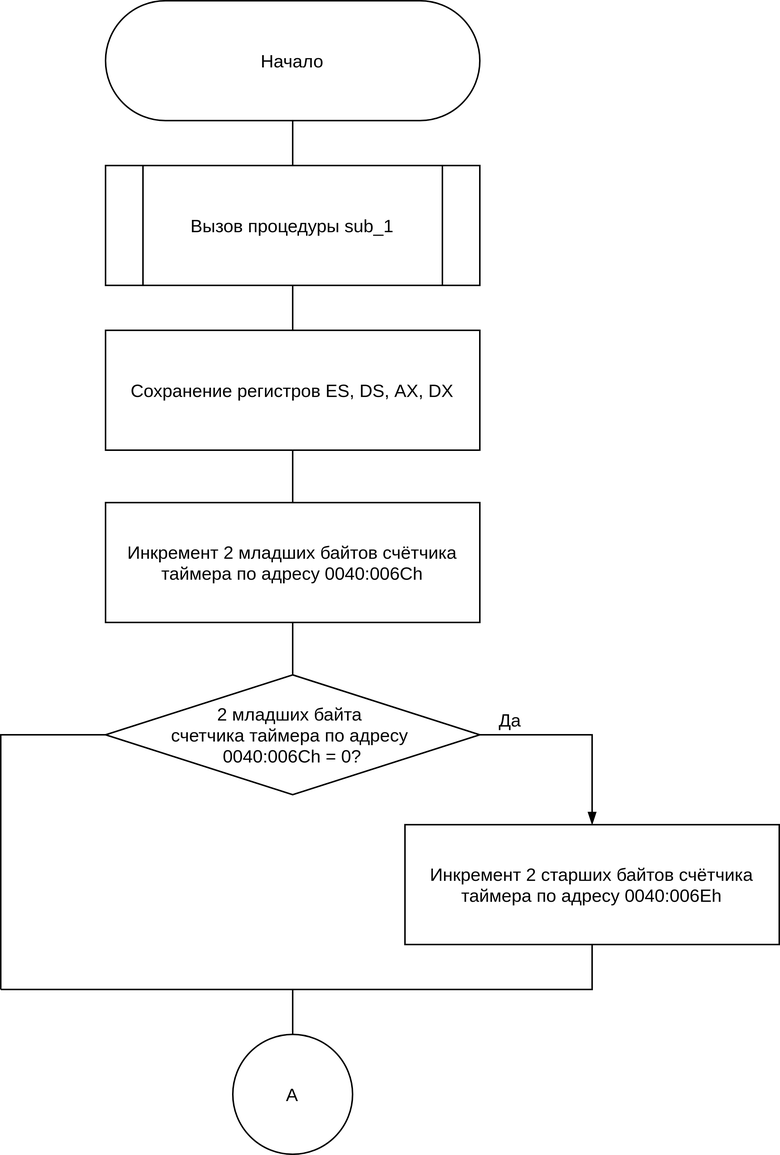
Before: lab_01/report/assets/int8h_1.png, a diagram exported from draw.io (Justarone/bmstu-os). Source tidied: cells renumbered, new cells last; positions are measured from the earlier drawing's top-left corner, leaving out a move shared by most shapes. The source it was exported from:
```xml
<mxGraphModel>
  <root>
    <mxCell id="0" />
    <mxCell id="1" parent="0" />
    <mxCell id="2" style="edgeStyle=orthogonalEdgeStyle;rounded=0;jettySize=auto;html=1;exitX=0.5;exitY=1;exitDx=0;exitDy=0;endArrow=none;endFill=0;" parent="1" edge="1" source="3" target="5">
      <mxGeometry relative="1" as="geometry" />
    </mxCell>
    <mxCell id="3" value="Начало" style="rounded=1;whiteSpace=wrap;html=1;arcSize=50;" parent="1" vertex="1">
      <mxGeometry x="70" width="250" height="80" as="geometry" />
    </mxCell>
    <mxCell id="4" style="edgeStyle=orthogonalEdgeStyle;rounded=0;jettySize=auto;html=1;exitX=0.5;exitY=1;exitDx=0;exitDy=0;endArrow=none;endFill=0;" parent="1" edge="1" source="5" target="7">
      <mxGeometry relative="1" as="geometry" />
    </mxCell>
    <mxCell id="5" value="Вызов процедуры sub_1" style="shape=process;whiteSpace=wrap;html=1;backgroundOutline=1;" parent="1" vertex="1">
      <mxGeometry x="70" y="110" width="250" height="80" as="geometry" />
    </mxCell>
    <mxCell id="6" style="edgeStyle=orthogonalEdgeStyle;rounded=0;jettySize=auto;html=1;exitX=0.5;exitY=1;exitDx=0;exitDy=0;endArrow=none;endFill=0;" parent="1" edge="1" source="7" target="9">
      <mxGeometry relative="1" as="geometry" />
    </mxCell>
    <mxCell id="7" value="Сохранение регистров ES, DS, AX, DX" style="rounded=0;whiteSpace=wrap;html=1;" parent="1" vertex="1">
      <mxGeometry x="70" y="220" width="250" height="80" as="geometry" />
    </mxCell>
    <mxCell id="8" style="edgeStyle=orthogonalEdgeStyle;rounded=0;jettySize=auto;html=1;exitX=0.5;exitY=1;exitDx=0;exitDy=0;endArrow=none;endFill=0;" parent="1" edge="1" source="9" target="12">
      <mxGeometry relative="1" as="geometry" />
    </mxCell>
    <mxCell id="9" value="Инкремент 2 младших байтов счётчика таймера по адресу 0040:006Сh" style="rounded=0;whiteSpace=wrap;html=1;" parent="1" vertex="1">
      <mxGeometry x="70" y="335" width="250" height="80" as="geometry" />
    </mxCell>
    <mxCell id="10" style="edgeStyle=orthogonalEdgeStyle;rounded=0;jettySize=auto;html=1;exitX=1;exitY=0.5;exitDx=0;exitDy=0;endArrow=blockThin;endFill=1;" parent="1" edge="1" source="12" target="14">
      <mxGeometry relative="1" as="geometry" />
    </mxCell>
    <mxCell id="11" style="edgeStyle=orthogonalEdgeStyle;rounded=0;jettySize=auto;html=1;exitX=0;exitY=0.5;exitDx=0;exitDy=0;endArrow=none;endFill=0;" parent="1" edge="1" source="12">
      <mxGeometry relative="1" as="geometry">
        <mxPoint y="660" as="targetPoint" />
      </mxGeometry>
    </mxCell>
    <mxCell id="12" value="2 младших байта &lt;br&gt;счетчика таймера по адресу &lt;br&gt;0040:006Ch = 0?" style="rhombus;whiteSpace=wrap;html=1;" parent="1" vertex="1">
      <mxGeometry x="70" y="450" width="250" height="80" as="geometry" />
    </mxCell>
    <mxCell id="13" style="edgeStyle=orthogonalEdgeStyle;rounded=0;jettySize=auto;html=1;exitX=0.5;exitY=1;exitDx=0;exitDy=0;endArrow=none;endFill=0;" parent="1" edge="1" source="14">
      <mxGeometry relative="1" as="geometry">
        <mxPoint y="660" as="targetPoint" />
        <Array as="points">
          <mxPoint x="395" y="660" />
          <mxPoint y="660" />
        </Array>
      </mxGeometry>
    </mxCell>
    <mxCell id="14" value="Инкремент 2 старших байтов счётчика таймера по адресу 0040:006Еh" style="rounded=0;whiteSpace=wrap;html=1;" parent="1" vertex="1">
      <mxGeometry x="270" y="550" width="250" height="80" as="geometry" />
    </mxCell>
    <mxCell id="15" value="Да" style="text;html=1;align=center;verticalAlign=middle;" parent="1" vertex="1">
      <mxGeometry x="325" y="470" width="30" height="20" as="geometry" />
    </mxCell>
    <mxCell id="16" style="edgeStyle=orthogonalEdgeStyle;rounded=0;orthogonalLoop=1;jettySize=auto;html=1;exitX=0.5;exitY=0;exitDx=0;exitDy=0;endArrow=none;endFill=0;" parent="1" edge="1">
      <mxGeometry relative="1" as="geometry">
        <mxPoint x="195" y="690" as="sourcePoint" />
        <mxPoint x="195" y="660" as="targetPoint" />
      </mxGeometry>
    </mxCell>
    <mxCell id="17" value="A" style="ellipse;whiteSpace=wrap;html=1;" parent="1" vertex="1">
      <mxGeometry x="155" y="690" width="80" height="80" as="geometry" />
    </mxCell>
  </root>
</mxGraphModel>
```
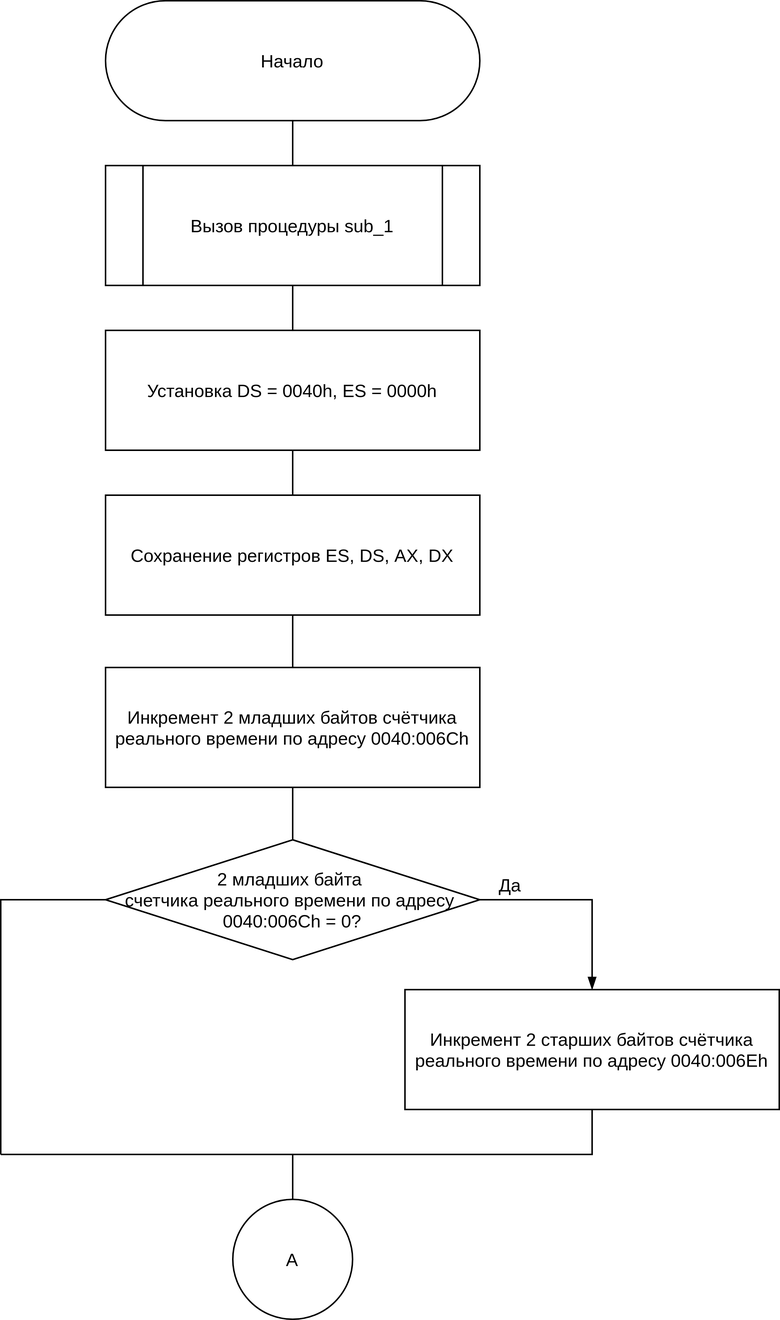
The same file after the commit.

The edit, as a diff of the source:
```diff
@@ -6,13 +6,13 @@
       <mxGeometry relative="1" as="geometry" />
     </mxCell>
     <mxCell id="3" value="Начало" style="rounded=1;whiteSpace=wrap;html=1;arcSize=50;" parent="1" vertex="1">
-      <mxGeometry x="70" width="250" height="80" as="geometry" />
+      <mxGeometry x="70" y="-110" width="250" height="80" as="geometry" />
     </mxCell>
-    <mxCell id="4" style="edgeStyle=orthogonalEdgeStyle;rounded=0;jettySize=auto;html=1;exitX=0.5;exitY=1;exitDx=0;exitDy=0;endArrow=none;endFill=0;" parent="1" edge="1" source="5" target="7">
-      <mxGeometry relative="1" as="geometry" />
-    </mxCell>
+    <mxCell id="18" style="edgeStyle=orthogonalEdgeStyle;rounded=0;jettySize=auto;html=1;exitX=0.5;exitY=1;exitDx=0;exitDy=0;endArrow=none;endFill=0;" parent="1" edge="1" source="5" target="20">
+      <mxGeometry relative="1" as="geometry" />
+    </mxCell>
     <mxCell id="5" value="Вызов процедуры sub_1" style="shape=process;whiteSpace=wrap;html=1;backgroundOutline=1;" parent="1" vertex="1">
-      <mxGeometry x="70" y="110" width="250" height="80" as="geometry" />
+      <mxGeometry x="70" width="250" height="80" as="geometry" />
     </mxCell>
     <mxCell id="6" style="edgeStyle=orthogonalEdgeStyle;rounded=0;jettySize=auto;html=1;exitX=0.5;exitY=1;exitDx=0;exitDy=0;endArrow=none;endFill=0;" parent="1" edge="1" source="7" target="9">
       <mxGeometry relative="1" as="geometry" />
@@ -23,7 +23,7 @@
     <mxCell id="8" style="edgeStyle=orthogonalEdgeStyle;rounded=0;jettySize=auto;html=1;exitX=0.5;exitY=1;exitDx=0;exitDy=0;endArrow=none;endFill=0;" parent="1" edge="1" source="9" target="12">
       <mxGeometry relative="1" as="geometry" />
     </mxCell>
-    <mxCell id="9" value="Инкремент 2 младших байтов счётчика таймера по адресу 0040:006Сh" style="rounded=0;whiteSpace=wrap;html=1;" parent="1" vertex="1">
+    <mxCell id="9" value="Инкремент 2 младших байтов счётчика реального времени по адресу 0040:006Сh" style="rounded=0;whiteSpace=wrap;html=1;" parent="1" vertex="1">
       <mxGeometry x="70" y="335" width="250" height="80" as="geometry" />
     </mxCell>
     <mxCell id="10" style="edgeStyle=orthogonalEdgeStyle;rounded=0;jettySize=auto;html=1;exitX=1;exitY=0.5;exitDx=0;exitDy=0;endArrow=blockThin;endFill=1;" parent="1" edge="1" source="12" target="14">
@@ -34,7 +34,7 @@
         <mxPoint y="660" as="targetPoint" />
       </mxGeometry>
     </mxCell>
-    <mxCell id="12" value="2 младших байта &lt;br&gt;счетчика таймера по адресу &lt;br&gt;0040:006Ch = 0?" style="rhombus;whiteSpace=wrap;html=1;" parent="1" vertex="1">
+    <mxCell id="12" value="2 младших байта &lt;br&gt;счетчика реального времени по адресу &lt;br&gt;0040:006Ch = 0?" style="rhombus;whiteSpace=wrap;html=1;" parent="1" vertex="1">
       <mxGeometry x="70" y="450" width="250" height="80" as="geometry" />
     </mxCell>
     <mxCell id="13" style="edgeStyle=orthogonalEdgeStyle;rounded=0;jettySize=auto;html=1;exitX=0.5;exitY=1;exitDx=0;exitDy=0;endArrow=none;endFill=0;" parent="1" edge="1" source="14">
@@ -46,7 +46,7 @@
         </Array>
       </mxGeometry>
     </mxCell>
-    <mxCell id="14" value="Инкремент 2 старших байтов счётчика таймера по адресу 0040:006Еh" style="rounded=0;whiteSpace=wrap;html=1;" parent="1" vertex="1">
+    <mxCell id="14" value="Инкремент 2 старших байтов счётчика реального времени по адресу 0040:006Еh" style="rounded=0;whiteSpace=wrap;html=1;" parent="1" vertex="1">
       <mxGeometry x="270" y="550" width="250" height="80" as="geometry" />
     </mxCell>
     <mxCell id="15" value="Да" style="text;html=1;align=center;verticalAlign=middle;" parent="1" vertex="1">
@@ -61,5 +61,11 @@
     <mxCell id="17" value="A" style="ellipse;whiteSpace=wrap;html=1;" parent="1" vertex="1">
       <mxGeometry x="155" y="690" width="80" height="80" as="geometry" />
     </mxCell>
+    <mxCell id="19" style="edgeStyle=orthogonalEdgeStyle;rounded=0;jettySize=auto;html=1;exitX=0.5;exitY=1;exitDx=0;exitDy=0;endArrow=none;endFill=0;" parent="1" edge="1" source="20" target="7">
+      <mxGeometry relative="1" as="geometry" />
+    </mxCell>
+    <mxCell id="20" value="Установка DS = 0040h, ES = 0000h" style="rounded=0;whiteSpace=wrap;html=1;" parent="1" vertex="1">
+      <mxGeometry x="70" y="110" width="250" height="80" as="geometry" />
+    </mxCell>
   </root>
 </mxGraphModel>
```
